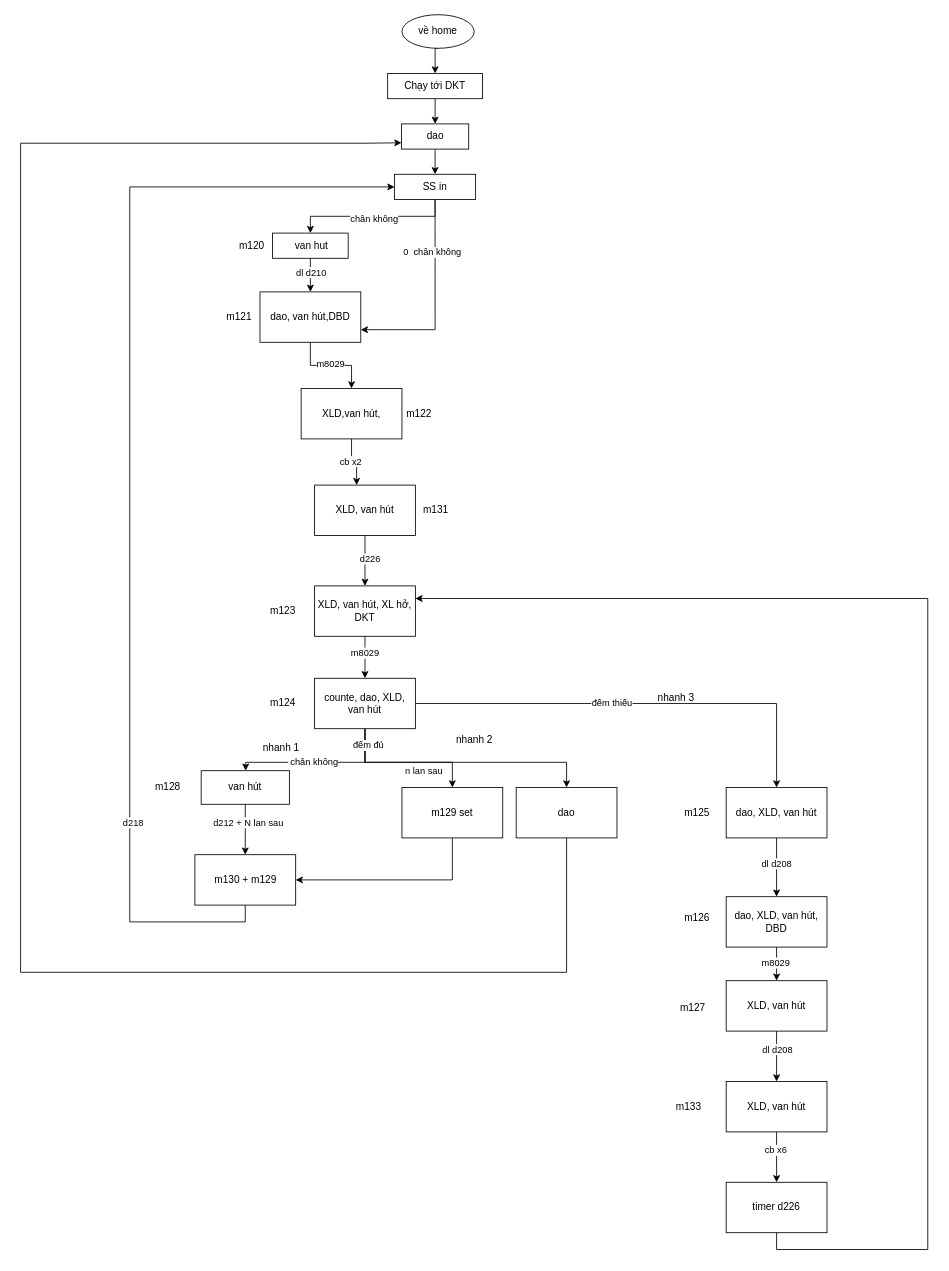
robowindgit/a0-quyencun keeps this draw.io diagram as trai muc sau.drawio. Above is the earlier version. Source tidied: cells renumbered, new cells numbered last; positions are measured from the earlier drawing's top-left corner, leaving out a move shared by most shapes. Both pictures are drawn from the tidied source at 84%, with x=0, y=0 at pixel (20, 14).
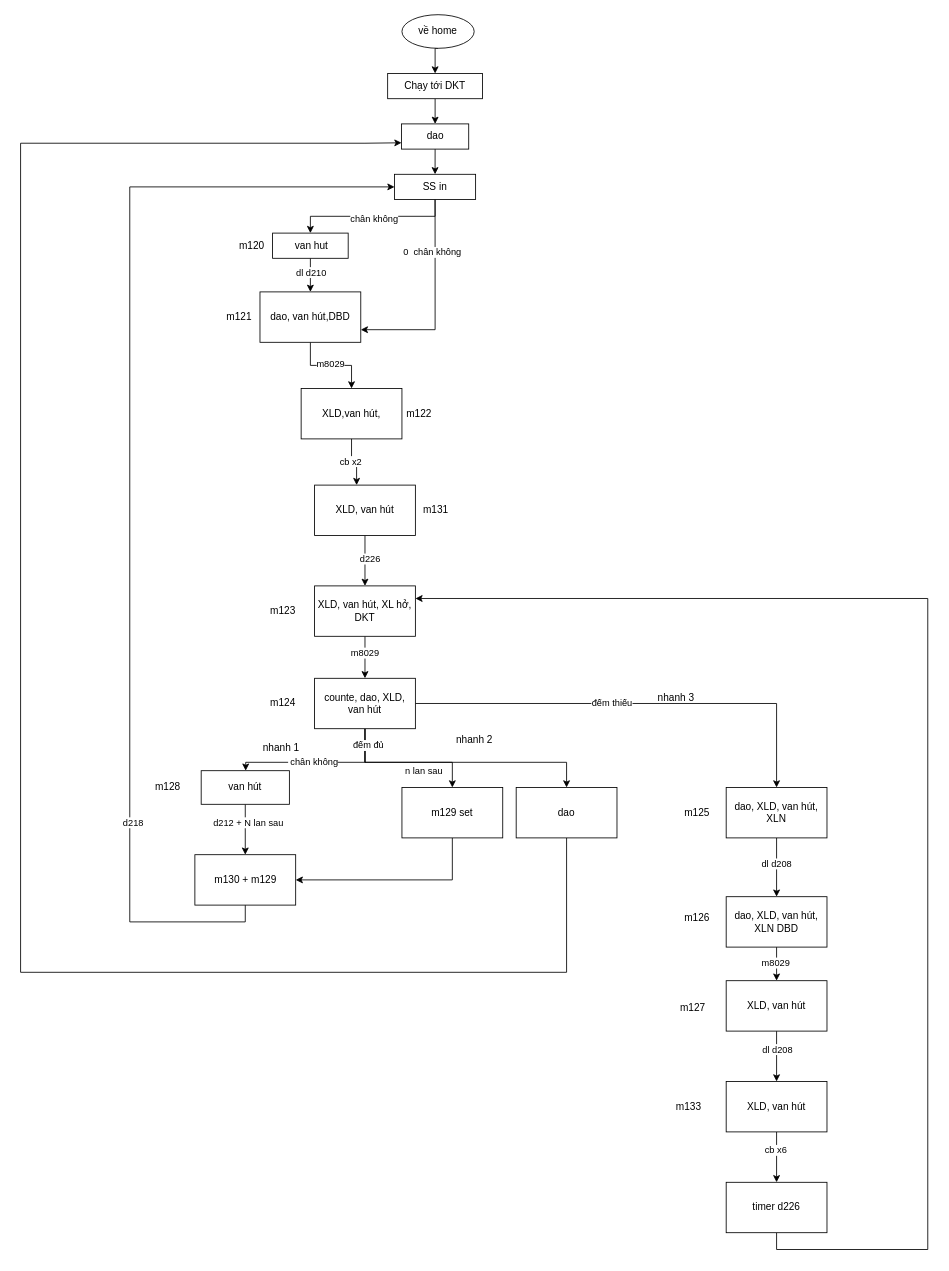
Above is the later version.

Commit message:
Cập nhật trai muc sau.drawio

What changed in the source:
```diff
@@
-    <mxCell id="56" value="dao, XLD, van hút" style="whiteSpace=wrap;html=1;" parent="1" vertex="1">
+    <mxCell id="56" value="dao, XLD, van hút, XLN" style="whiteSpace=wrap;html=1;" parent="1" vertex="1">
       <mxGeometry x="840" y="920" width="120" height="60" as="geometry" />
     </mxCell>
@@
-    <mxCell id="60" value="dao, XLD, van hút, DBD" style="whiteSpace=wrap;html=1;" parent="1" vertex="1">
+    <mxCell id="60" value="dao, XLD, van hút, XLN DBD" style="whiteSpace=wrap;html=1;" parent="1" vertex="1">
       <mxGeometry x="840" y="1050" width="120" height="60" as="geometry" />
     </mxCell>
```
